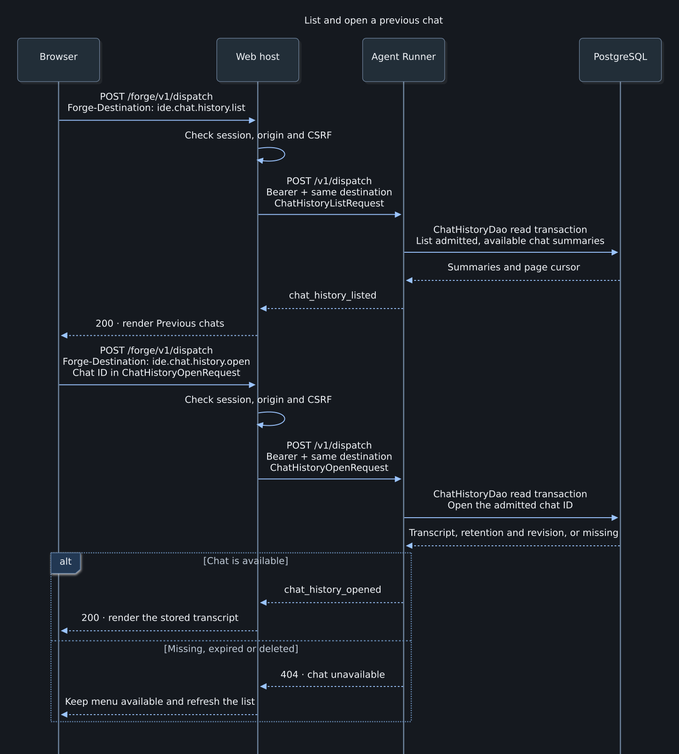
Above: src/rust/forge-ide-web-host/design/chat-history-open.png in roachmaster/homelab (Mermaid), before the change. Its source is kept beside it as src/rust/forge-ide-web-host/design/chat-history-open.mmd. Its diagram source:
```mermaid
---
title: List and open a previous chat
---
%%{init: {"theme":"dark","themeVariables":{"fontFamily":"DejaVu Sans","background":"#15191f","actorBkg":"#242d38","actorBorder":"#6e849d","actorLine":"#526171","noteBkg":"#243952","noteBorderColor":"#6283aa","primaryTextColor":"#f1f4f8","textColor":"#f1f4f8","lineColor":"#9bc4ff","edgeLabelBackground":"#15191f","clusterBorder":"#647a90","actorTextColor":"#f1f4f8","actorLineColor":"#6e849d","signalColor":"#9bc4ff","signalTextColor":"#f1f4f8","labelBoxBkgColor":"#243952","labelBoxBorderColor":"#6283aa","labelTextColor":"#f1f4f8","loopTextColor":"#bec9d6","noteBkgColor":"#243952","noteTextColor":"#f1f4f8"},"sequence":{"mirrorActors":false,"useMaxWidth":false,"actorMargin":62,"boxMargin":12,"messageMargin":25,"diagramMarginX":30,"diagramMarginY":25,"width":140,"wrap":false}}}%%
sequenceDiagram
    participant B as Browser
    participant H as Web host
    participant R as Agent Runner
    participant P as PostgreSQL

    B->>H: POST /forge/v1/dispatch<br/>Forge-Destination: ide.chat.history.list
    H->>H: Check session, origin and CSRF
    H->>R: POST /v1/dispatch<br/>Bearer + same destination<br/>ChatHistoryListRequest
    R->>P: ChatHistoryDao read transaction<br/>List admitted, available chat summaries
    P-->>R: Summaries and page cursor
    R-->>H: chat_history_listed
    H-->>B: 200 · render Previous chats

    B->>H: POST /forge/v1/dispatch<br/>Forge-Destination: ide.chat.history.open<br/>Chat ID in ChatHistoryOpenRequest
    H->>H: Check session, origin and CSRF
    H->>R: POST /v1/dispatch<br/>Bearer + same destination<br/>ChatHistoryOpenRequest
    R->>P: ChatHistoryDao read transaction<br/>Open the admitted chat ID
    P-->>R: Transcript, retention and revision, or missing
    alt Chat is available
        R-->>H: chat_history_opened
        H-->>B: 200 · render the stored transcript
    else Missing, expired or deleted
        R-->>H: 404 · chat unavailable
        H-->>B: Keep menu available and refresh the list
    end
```
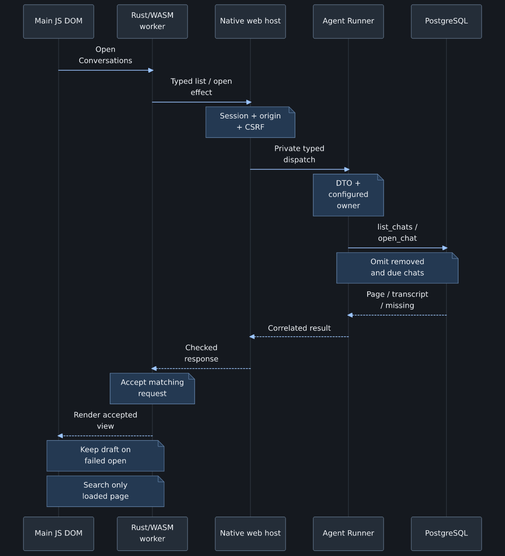
The same file after the commit.

The edit, as a diff of the source:
```diff
@@ -1,30 +1,21 @@
----
-title: List and open a previous chat
----
-%%{init: {"theme":"dark","themeVariables":{"fontFamily":"DejaVu Sans","background":"#15191f","actorBkg":"#242d38","actorBorder":"#6e849d","actorLine":"#526171","noteBkg":"#243952","noteBorderColor":"#6283aa","primaryTextColor":"#f1f4f8","textColor":"#f1f4f8","lineColor":"#9bc4ff","edgeLabelBackground":"#15191f","clusterBorder":"#647a90","actorTextColor":"#f1f4f8","actorLineColor":"#6e849d","signalColor":"#9bc4ff","signalTextColor":"#f1f4f8","labelBoxBkgColor":"#243952","labelBoxBorderColor":"#6283aa","labelTextColor":"#f1f4f8","loopTextColor":"#bec9d6","noteBkgColor":"#243952","noteTextColor":"#f1f4f8"},"sequence":{"mirrorActors":false,"useMaxWidth":false,"actorMargin":62,"boxMargin":12,"messageMargin":25,"diagramMarginX":30,"diagramMarginY":25,"width":140,"wrap":false}}}%%
+%%{init: {"theme":"dark","themeVariables":{"fontFamily":"DejaVu Sans","background":"#15191f","actorBkg":"#242d38","actorBorder":"#6e849d","actorLine":"#526171","noteBkg":"#243952","noteBorderColor":"#6283aa","primaryTextColor":"#f1f4f8","textColor":"#f1f4f8","lineColor":"#9bc4ff","edgeLabelBackground":"#15191f","clusterBorder":"#647a90","actorTextColor":"#f1f4f8","actorLineColor":"#6e849d","signalColor":"#9bc4ff","signalTextColor":"#f1f4f8","labelBoxBkgColor":"#243952","labelBoxBorderColor":"#6283aa","labelTextColor":"#f1f4f8","loopTextColor":"#bec9d6","noteBkgColor":"#243952","noteTextColor":"#f1f4f8"},"sequence":{"mirrorActors":false,"useMaxWidth":false,"actorMargin":62,"boxMargin":12,"messageMargin":40,"diagramMarginX":30,"diagramMarginY":25,"width":180,"wrap":false}}}%%
 sequenceDiagram
-    participant B as Browser
-    participant H as Web host
+    participant JS as Main JS DOM
+    participant W as Rust/WASM worker
+    participant H as Native web host
     participant R as Agent Runner
     participant P as PostgreSQL
-
-    B->>H: POST /forge/v1/dispatch<br/>Forge-Destination: ide.chat.history.list
-    H->>H: Check session, origin and CSRF
-    H->>R: POST /v1/dispatch<br/>Bearer + same destination<br/>ChatHistoryListRequest
-    R->>P: ChatHistoryDao read transaction<br/>List admitted, available chat summaries
-    P-->>R: Summaries and page cursor
-    R-->>H: chat_history_listed
-    H-->>B: 200 · render Previous chats
-
-    B->>H: POST /forge/v1/dispatch<br/>Forge-Destination: ide.chat.history.open<br/>Chat ID in ChatHistoryOpenRequest
-    H->>H: Check session, origin and CSRF
-    H->>R: POST /v1/dispatch<br/>Bearer + same destination<br/>ChatHistoryOpenRequest
-    R->>P: ChatHistoryDao read transaction<br/>Open the admitted chat ID
-    P-->>R: Transcript, retention and revision, or missing
-    alt Chat is available
-        R-->>H: chat_history_opened
-        H-->>B: 200 · render the stored transcript
-    else Missing, expired or deleted
-        R-->>H: 404 · chat unavailable
-        H-->>B: Keep menu available and refresh the list
-    end
+    JS->>W: Open Conversations
+    W->>H: Typed list / open effect
+    Note over H: Session + origin + CSRF
+    H->>R: Private typed dispatch
+    Note over R: DTO + configured owner
+    R->>P: list_chats / open_chat
+    Note over R,P: Omit removed and due chats
+    P-->>R: Page / transcript / missing
+    R-->>H: Correlated result
+    H-->>W: Checked response
+    Note over W: Accept matching request
+    W-->>JS: Render accepted view
+    Note over JS,W: Keep draft on failed open
+    Note over JS,W: Search only loaded page
```
